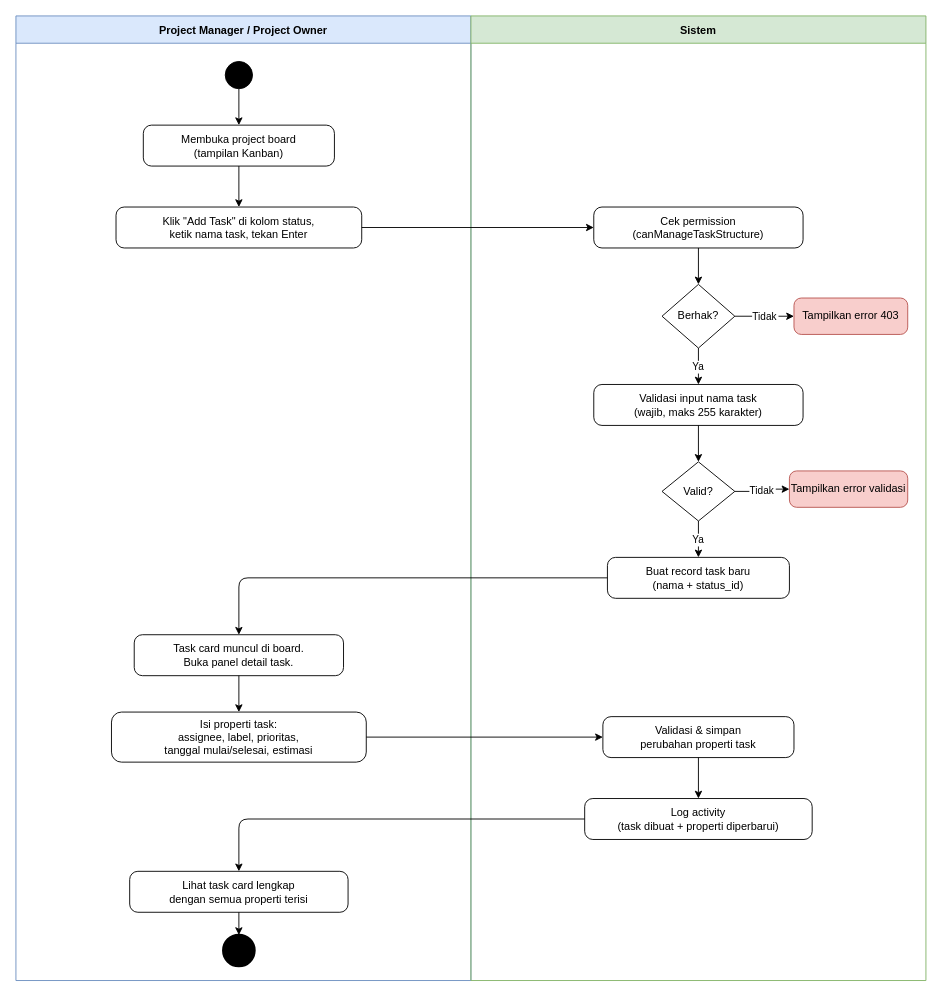
Above: page "1. Kelola Task" (1 of 8) of docs/activity-diagrams.drawio in JeffryH31/tugas-akhir (draw.io), before the change. Source tidied: cells renumbered, new cells numbered last; positions are measured from the earlier drawing's top-left corner, leaving out a move shared by most shapes. Both pictures are drawn from the tidied source at 91%, with x=0, y=0 at pixel (15, 15).
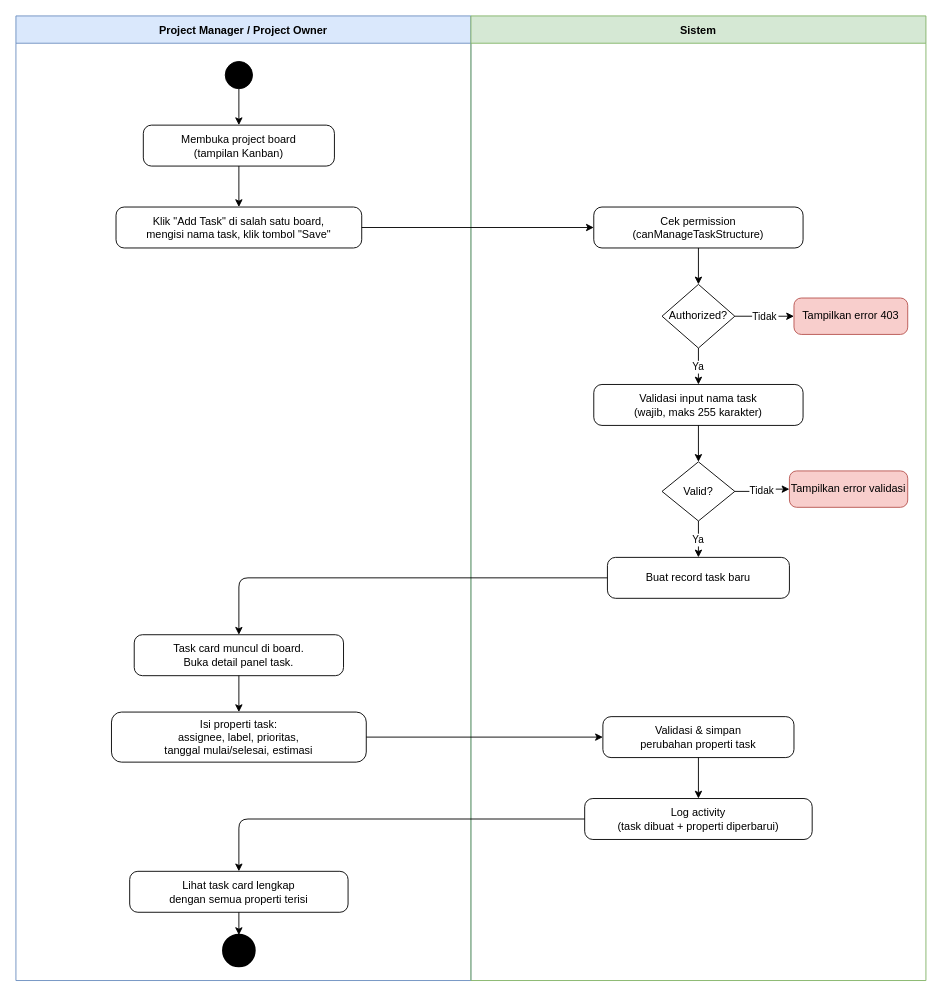
Above is the later version.

The change refers to these unchanged cells:
```xml
<mxCell id="2" value="Project Manager / Project Owner" style="shape=swimlane;startSize=30;horizontal=1;fillColor=#dae8fc;strokeColor=#6c8ebf;fontSize=12;fontStyle=1;" parent="1" vertex="1">
  <mxGeometry width="500" height="1060" as="geometry" />
</mxCell>
<mxCell id="10" value="Sistem" style="shape=swimlane;startSize=30;horizontal=1;fillColor=#d5e8d4;strokeColor=#82b366;fontSize=12;fontStyle=1;" parent="1" vertex="1">
  <mxGeometry x="500" width="500" height="1060" as="geometry" />
</mxCell>
```

The edit, as a diff of the source:
```diff
@@
-    <mxCell id="5" value="Klik &quot;Add Task&quot; di kolom status,&#10;ketik nama task, tekan Enter" style="rounded=1;whiteSpace=wrap;html=1;arcSize=20;" parent="2" vertex="1">
+    <mxCell id="5" value="Klik &quot;Add Task&quot; di salah satu board,&lt;br&gt;mengisi nama task, klik tombol &quot;Save&quot;" style="rounded=1;whiteSpace=wrap;html=1;arcSize=20;" parent="2" vertex="1">
       <mxGeometry x="110" y="210" width="270" height="45" as="geometry" />
     </mxCell>
-    <mxCell id="6" value="Task card muncul di board.&#10;Buka panel detail task." style="rounded=1;whiteSpace=wrap;html=1;arcSize=20;" parent="2" vertex="1">
+    <mxCell id="6" value="Task card muncul di board.&lt;br&gt;Buka detail panel task." style="rounded=1;whiteSpace=wrap;html=1;arcSize=20;" parent="2" vertex="1">
       <mxGeometry x="130" y="680" width="230" height="45" as="geometry" />
     </mxCell>
@@
-    <mxCell id="12" value="Berhak?" style="rhombus;whiteSpace=wrap;html=1;" parent="10" vertex="1">
+    <mxCell id="12" value="Authorized?" style="rhombus;whiteSpace=wrap;html=1;" parent="10" vertex="1">
       <mxGeometry x="210" y="295" width="80" height="70" as="geometry" />
     </mxCell>
@@
-    <mxCell id="17" value="Buat record task baru&#10;(nama + status_id)" style="rounded=1;whiteSpace=wrap;html=1;arcSize=20;" parent="10" vertex="1">
+    <mxCell id="17" value="Buat record task baru" style="rounded=1;whiteSpace=wrap;html=1;arcSize=20;" parent="10" vertex="1">
       <mxGeometry x="150" y="595" width="200" height="45" as="geometry" />
     </mxCell>
```
